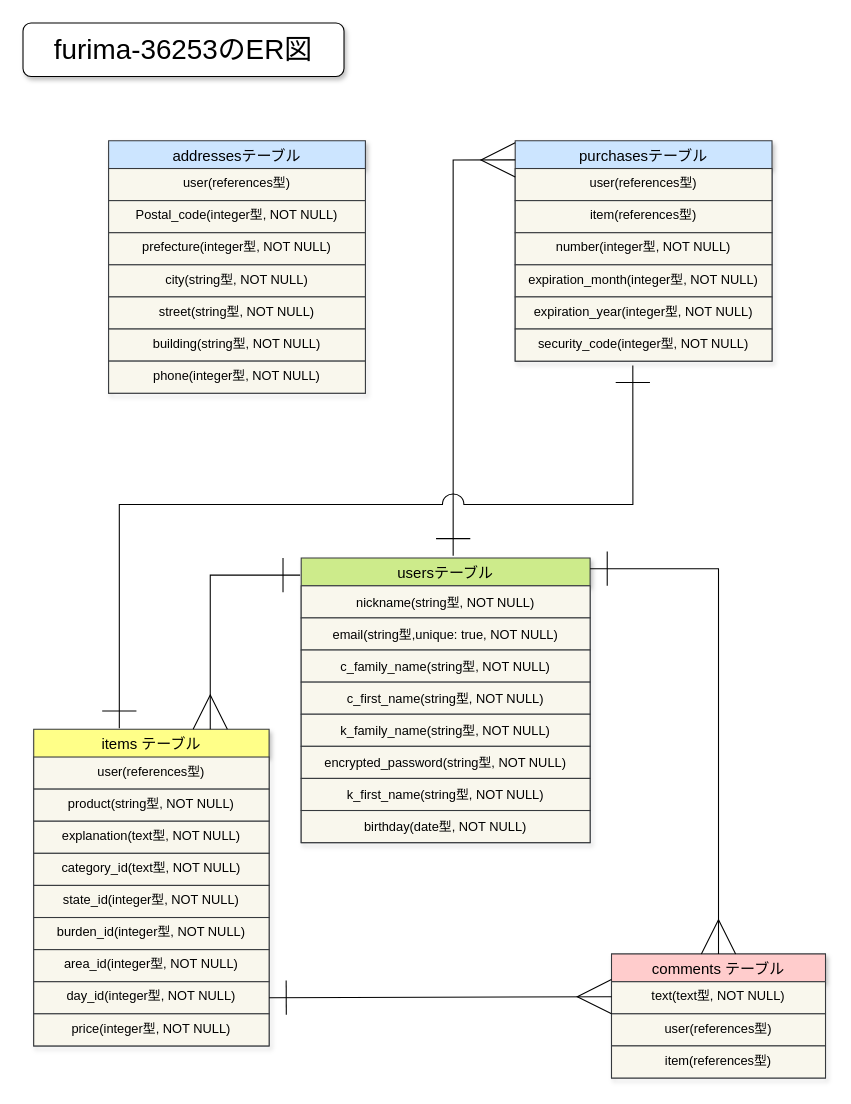
Above: furima-36253.dio in oisiibutaniku/furima-36253 (draw.io), before the change. Source tidied: cells renumbered, new cells numbered last; positions are measured from the earlier drawing's top-left corner, leaving out a move shared by most shapes. Both pictures are drawn from the tidied source at 107%, with x=0, y=0 at pixel (22, 22).
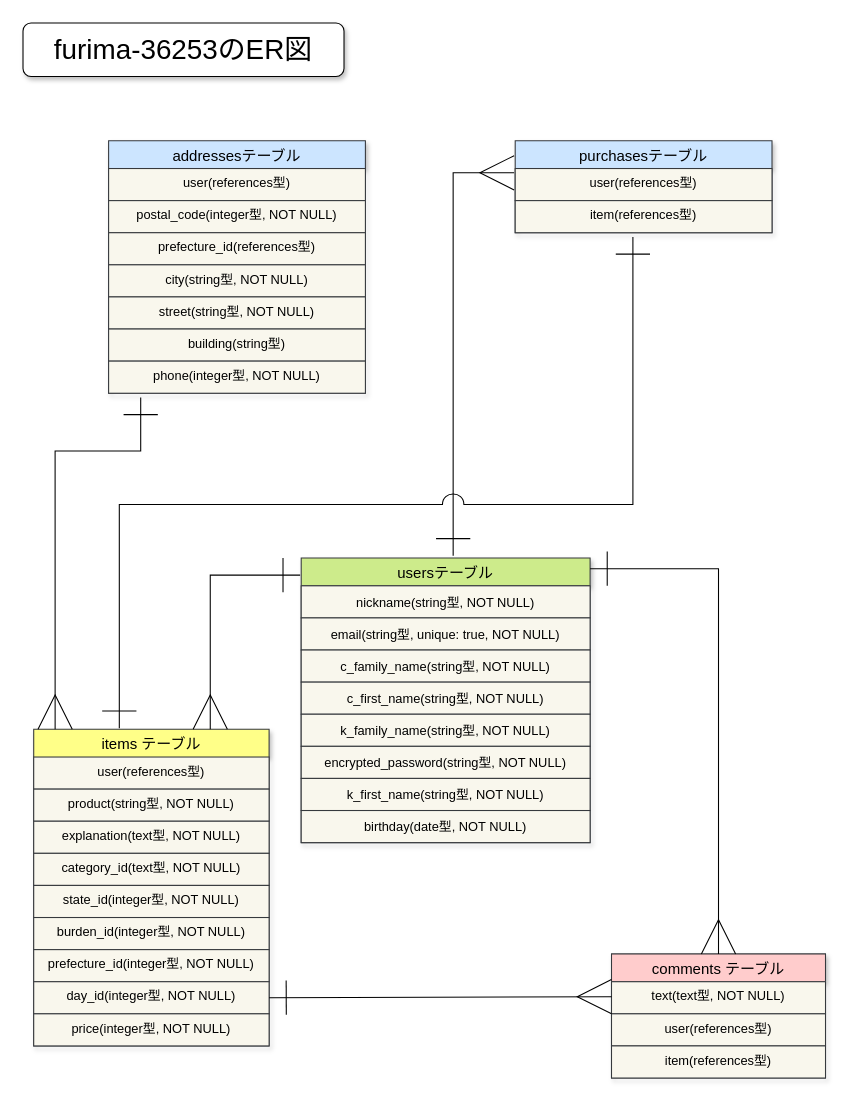
After the change.

The change refers to these unchanged cells:
```xml
<mxCell id="2" value="usersテーブル" style="swimlane;fontStyle=0;horizontal=1;startSize=26;align=center;fontSize=14;verticalAlign=middle;direction=east;fillColor=#cdeb8b;strokeColor=#36393d;shadow=1;" parent="1" vertex="1">
  <mxGeometry x="260" y="500" width="270" height="266" as="geometry" />
</mxCell>
<mxCell id="11" value="items テーブル" style="swimlane;fontStyle=0;horizontal=1;startSize=26;align=center;fontSize=14;fillColor=#ffff88;strokeColor=#36393d;shadow=1;swimlaneLine=0;" parent="1" vertex="1">
  <mxGeometry x="10" y="660" width="220" height="296" as="geometry" />
</mxCell>
<mxCell id="25" value="addressesテーブル" style="swimlane;fontStyle=0;horizontal=1;startSize=26;align=center;fontSize=14;fillColor=#cce5ff;strokeColor=#36393d;shadow=1;" parent="1" vertex="1">
  <mxGeometry x="80" y="110" width="240" height="236" as="geometry" />
</mxCell>
```

What changed in the source:
```diff
@@
-    <mxCell id="4" value="email(string型,unique: true, NOT NULL)" style="text;strokeColor=#36393d;fillColor=#f9f7ed;spacingLeft=4;spacingRight=4;overflow=hidden;fontSize=12;verticalAlign=middle;align=center;" parent="2" vertex="1">
+    <mxCell id="4" value="email(string型, unique: true, NOT NULL)" style="text;strokeColor=#36393d;fillColor=#f9f7ed;spacingLeft=4;spacingRight=4;overflow=hidden;fontSize=12;verticalAlign=middle;align=center;" parent="2" vertex="1">
       <mxGeometry y="56" width="270" height="30" as="geometry" />
     </mxCell>
@@
-    <mxCell id="18" value="area_id(integer型, NOT NULL)" style="text;strokeColor=#36393d;fillColor=#f9f7ed;spacingLeft=4;spacingRight=4;overflow=hidden;fontSize=12;align=center;" parent="11" vertex="1">
+    <mxCell id="18" value="prefecture_id(integer型, NOT NULL)" style="text;strokeColor=#36393d;fillColor=#f9f7ed;spacingLeft=4;spacingRight=4;overflow=hidden;fontSize=12;align=center;" parent="11" vertex="1">
       <mxGeometry y="206" width="220" height="30" as="geometry" />
     </mxCell>
@@
-    <mxCell id="27" value="Postal_code(integer型, NOT NULL)" style="text;spacingLeft=4;spacingRight=4;overflow=hidden;fontSize=12;align=center;fillColor=#f9f7ed;strokeColor=#36393d;" parent="25" vertex="1">
+    <mxCell id="27" value="postal_code(integer型, NOT NULL)" style="text;spacingLeft=4;spacingRight=4;overflow=hidden;fontSize=12;align=center;fillColor=#f9f7ed;strokeColor=#36393d;" parent="25" vertex="1">
       <mxGeometry y="56" width="240" height="30" as="geometry" />
     </mxCell>
-    <mxCell id="28" value="prefecture(integer型, NOT NULL)" style="text;spacingLeft=4;spacingRight=4;overflow=hidden;fontSize=12;align=center;fillColor=#f9f7ed;strokeColor=#36393d;" parent="25" vertex="1">
+    <mxCell id="28" value="prefecture_id(references型)" style="text;spacingLeft=4;spacingRight=4;overflow=hidden;fontSize=12;align=center;fillColor=#f9f7ed;strokeColor=#36393d;" parent="25" vertex="1">
       <mxGeometry y="86" width="240" height="30" as="geometry" />
     </mxCell>
@@
-    <mxCell id="31" value="building(string型, NOT NULL)" style="text;spacingLeft=4;spacingRight=4;overflow=hidden;fontSize=12;align=center;fillColor=#f9f7ed;strokeColor=#36393d;" parent="25" vertex="1">
+    <mxCell id="31" value="building(string型)" style="text;spacingLeft=4;spacingRight=4;overflow=hidden;fontSize=12;align=center;fillColor=#f9f7ed;strokeColor=#36393d;" parent="25" vertex="1">
       <mxGeometry y="176" width="240" height="30" as="geometry" />
     </mxCell>
@@
     <mxCell id="38" value="purchasesテーブル" style="swimlane;fontStyle=0;horizontal=1;startSize=26;align=center;fontSize=14;fillColor=#cce5ff;strokeColor=#36393d;shadow=1;" parent="1" vertex="1">
-      <mxGeometry x="460" y="110" width="240" height="206" as="geometry" />
+      <mxGeometry x="460" y="110" width="240" height="86" as="geometry" />
     </mxCell>
@@
-    <mxCell id="41" value="number(integer型, NOT NULL)" style="text;spacingLeft=4;spacingRight=4;overflow=hidden;fontSize=12;align=center;fillColor=#f9f7ed;strokeColor=#36393d;" parent="38" vertex="1">
-      <mxGeometry y="86" width="240" height="30" as="geometry" />
-    </mxCell>
-    <mxCell id="42" value="expiration_month(integer型, NOT NULL)" style="text;spacingLeft=4;spacingRight=4;overflow=hidden;fontSize=12;align=center;fillColor=#f9f7ed;strokeColor=#36393d;" parent="38" vertex="1">
-      <mxGeometry y="116" width="240" height="30" as="geometry" />
-    </mxCell>
-    <mxCell id="43" value="expiration_year(integer型, NOT NULL)" style="text;spacingLeft=4;spacingRight=4;overflow=hidden;fontSize=12;align=center;fillColor=#f9f7ed;strokeColor=#36393d;" parent="38" vertex="1">
-      <mxGeometry y="146" width="240" height="30" as="geometry" />
-    </mxCell>
-    <mxCell id="44" value="security_code(integer型, NOT NULL)" style="text;spacingLeft=4;spacingRight=4;overflow=hidden;points=[[0,0.5],[1,0.5]];portConstraint=eastwest;fontSize=12;align=center;fillColor=#f9f7ed;strokeColor=#36393d;" parent="38" vertex="1">
-      <mxGeometry y="176" width="240" height="30" as="geometry" />
-    </mxCell>
-    <mxCell id="45" style="endArrow=ERmany;html=1;rounded=0;exitX=0.526;exitY=-0.008;exitDx=0;exitDy=0;exitPerimeter=0;endFill=0;startArrow=ERone;startFill=0;endSize=30;startSize=30;entryX=0;entryY=0.087;entryDx=0;entryDy=0;entryPerimeter=0;" parent="1" edge="1" source="2" target="38">
+    <mxCell id="45" style="endArrow=ERmany;html=1;rounded=0;exitX=0.526;exitY=-0.008;exitDx=0;exitDy=0;exitPerimeter=0;endFill=0;startArrow=ERone;startFill=0;endSize=30;startSize=30;" parent="1" edge="1" source="2">
       <mxGeometry relative="1" as="geometry">
+        <mxPoint x="459" y="140" as="targetPoint" />
         <Array as="points">
-          <mxPoint x="402" y="128" />
+          <mxPoint x="402" y="140" />
         </Array>
       </mxGeometry>
     </mxCell>
@@
-    <mxCell id="47" style="endArrow=ERone;html=1;rounded=0;startSize=30;endSize=30;entryX=0.458;entryY=1.133;entryDx=0;entryDy=0;entryPerimeter=0;startArrow=ERone;startFill=0;endFill=0;jumpStyle=arc;jumpSize=20;" parent="1" edge="1" target="44">
+    <mxCell id="47" style="endArrow=ERone;html=1;rounded=0;startSize=30;endSize=30;startArrow=ERone;startFill=0;endFill=0;jumpStyle=arc;jumpSize=20;" parent="1" edge="1">
       <mxGeometry relative="1" as="geometry">
         <mxPoint x="90" y="659" as="sourcePoint" />
+        <mxPoint x="570" y="200" as="targetPoint" />
         <Array as="points">
           <mxPoint x="90" y="450" />
           <mxPoint x="570" y="450" />
           <mxPoint x="570" y="410" />
         </Array>
       </mxGeometry>
     </mxCell>
@@
+    <mxCell id="49" style="endArrow=ERone;html=1;rounded=0;startSize=30;endSize=30;exitX=0.091;exitY=0;exitDx=0;exitDy=0;exitPerimeter=0;endFill=0;startArrow=ERmany;startFill=0;" parent="1" edge="1" source="11">
+      <mxGeometry relative="1" as="geometry">
+        <mxPoint x="110" y="350" as="targetPoint" />
+        <Array as="points">
+          <mxPoint x="30" y="400" />
+          <mxPoint x="110" y="400" />
+        </Array>
+      </mxGeometry>
+    </mxCell>
+    <mxCell id="50" style="html=1;align=right;verticalAlign=bottom;" parent="49" vertex="1">
+      <mxGeometry x="1" relative="1" as="geometry" />
+    </mxCell>
```
